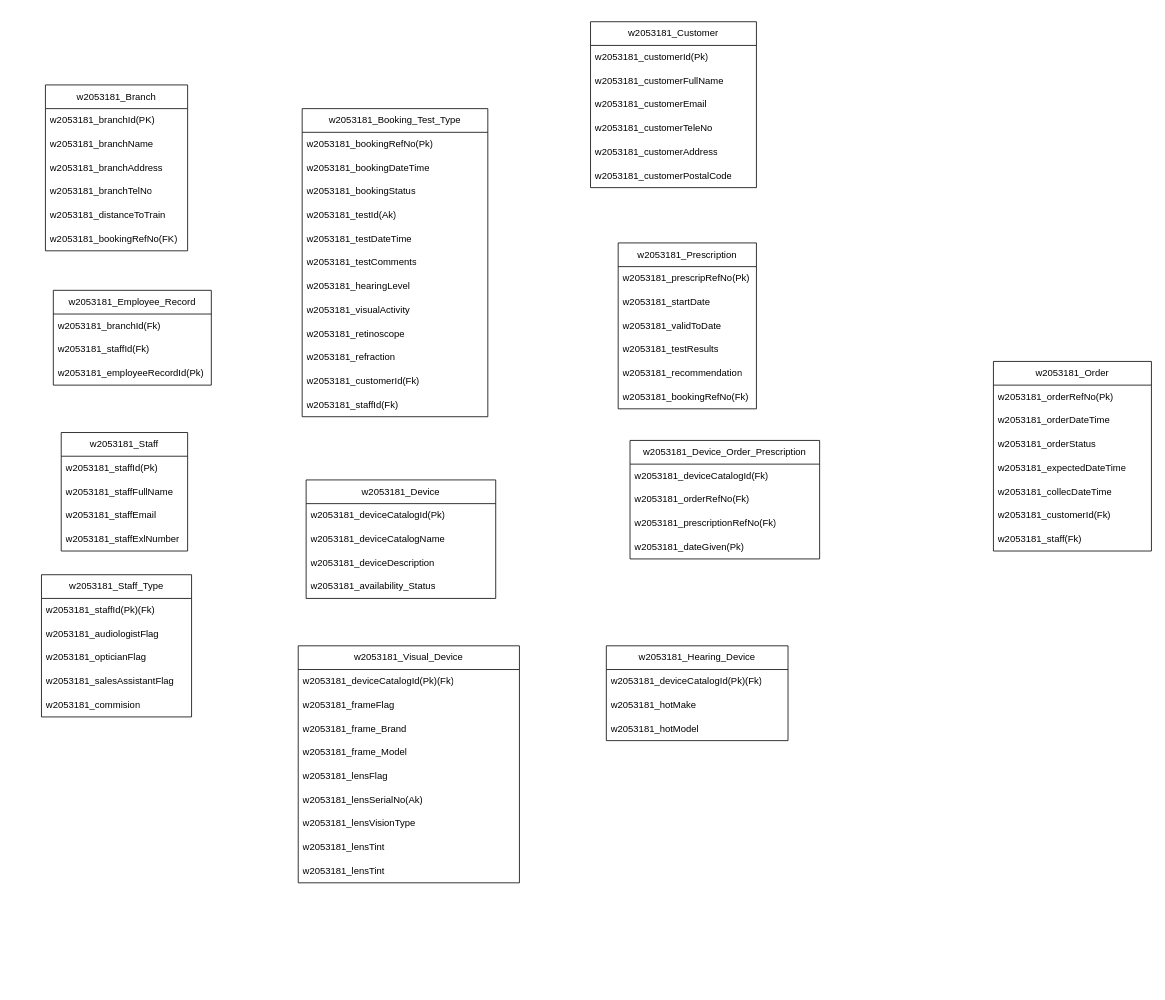
Earlier version of the draw.io diagram cw partb.drawio (ShenalSen/24_5COSC020_CWK). Source tidied: cells renumbered, new cells numbered last; positions are measured from the earlier drawing's top-left corner, leaving out a move shared by most shapes. Both pictures are drawn from the tidied source at 79%, with x=0, y=0 at pixel (41, 21).
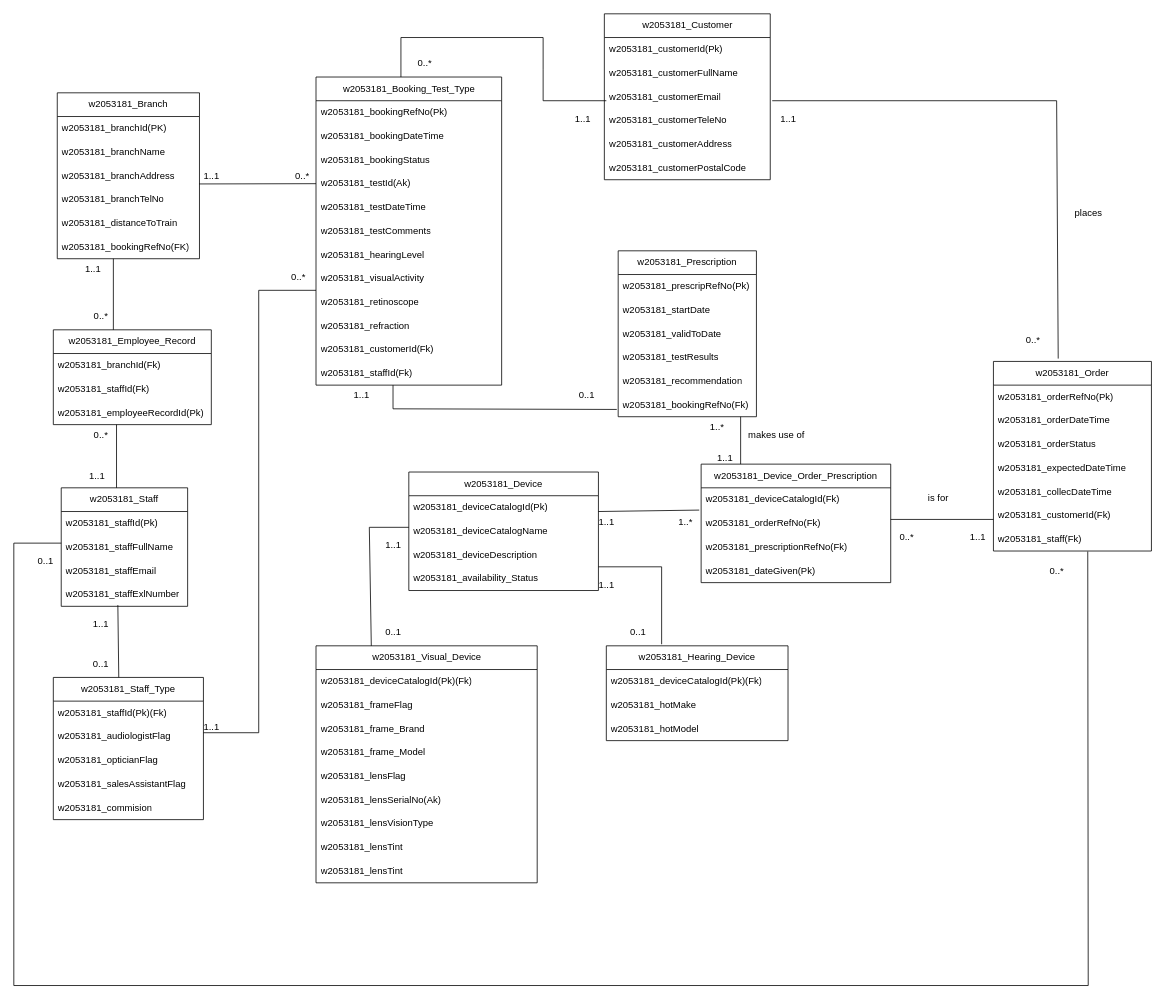
The same page after the edit.

The change refers to these unchanged cells:
```xml
<mxCell id="5" value="w2053181_branchAddress" style="text;strokeColor=none;fillColor=none;align=left;verticalAlign=middle;spacingLeft=4;spacingRight=4;overflow=hidden;points=[[0,0.5],[1,0.5]];portConstraint=eastwest;whiteSpace=wrap;html=1;" parent="2" vertex="1">
  <mxGeometry y="90" width="180" height="30" as="geometry" />
</mxCell>
<mxCell id="23" value="w2053181_staffExlNumber" style="text;strokeColor=none;fillColor=none;align=left;verticalAlign=middle;spacingLeft=4;spacingRight=4;overflow=hidden;points=[[0,0.5],[1,0.5]];portConstraint=eastwest;whiteSpace=wrap;html=1;" parent="19" vertex="1">
  <mxGeometry y="120" width="160" height="30" as="geometry" />
</mxCell>
<mxCell id="28" value="w2053181_testId(Ak)" style="text;strokeColor=none;fillColor=none;align=left;verticalAlign=middle;spacingLeft=4;spacingRight=4;overflow=hidden;points=[[0,0.5],[1,0.5]];portConstraint=eastwest;whiteSpace=wrap;html=1;" parent="24" vertex="1">
  <mxGeometry y="120" width="235" height="30" as="geometry" />
</mxCell>
<mxCell id="59" value="w2053181_customerEmail" style="text;strokeColor=none;fillColor=none;align=left;verticalAlign=middle;spacingLeft=4;spacingRight=4;overflow=hidden;points=[[0,0.5],[1,0.5]];portConstraint=eastwest;whiteSpace=wrap;html=1;" parent="56" vertex="1">
  <mxGeometry y="90" width="210" height="30" as="geometry" />
</mxCell>
<mxCell id="69" value="w2053181_bookingRefNo(Fk)" style="text;strokeColor=none;fillColor=none;align=left;verticalAlign=middle;spacingLeft=4;spacingRight=4;overflow=hidden;points=[[0,0.5],[1,0.5]];portConstraint=eastwest;whiteSpace=wrap;html=1;" parent="63" vertex="1">
  <mxGeometry y="180" width="175" height="30" as="geometry" />
</mxCell>
<mxCell id="72" value="w2053181_orderRefNo(Fk)" style="text;strokeColor=none;fillColor=none;align=left;verticalAlign=middle;spacingLeft=4;spacingRight=4;overflow=hidden;points=[[0,0.5],[1,0.5]];portConstraint=eastwest;whiteSpace=wrap;html=1;" parent="70" vertex="1">
  <mxGeometry y="60" width="240" height="30" as="geometry" />
</mxCell>
<mxCell id="75" value="w2053181_Order" style="swimlane;fontStyle=0;horizontal=1;startSize=30;whiteSpace=wrap;html=1;" parent="1" vertex="1">
  <mxGeometry x="1205" y="430" width="200" height="240" as="geometry" />
</mxCell>
<mxCell id="82" value="w2053181_staff(Fk)" style="text;strokeColor=none;fillColor=none;align=left;verticalAlign=middle;spacingLeft=4;spacingRight=4;overflow=hidden;points=[[0,0.5],[1,0.5]];portConstraint=eastwest;whiteSpace=wrap;html=1;" parent="75" vertex="1">
  <mxGeometry y="210" width="200" height="30" as="geometry" />
</mxCell>
```

Change to the diagram source:
```diff
@@
     <mxCell id="2" value="w2053181_Branch" style="swimlane;fontStyle=0;horizontal=1;startSize=30;whiteSpace=wrap;html=1;" parent="1" vertex="1">
-      <mxGeometry x="5" y="80" width="180" height="210" as="geometry" />
+      <mxGeometry x="20" y="90" width="180" height="210" as="geometry" />
     </mxCell>
@@
     <mxCell id="9" value="w2053181_Employee_Record" style="swimlane;fontStyle=0;horizontal=1;startSize=30;whiteSpace=wrap;html=1;" parent="1" vertex="1">
-      <mxGeometry x="15" y="340" width="200" height="120" as="geometry" />
+      <mxGeometry x="15" y="390" width="200" height="120" as="geometry" />
     </mxCell>
@@
     <mxCell id="13" value="w2053181_Staff_Type" style="swimlane;fontStyle=0;horizontal=1;startSize=30;whiteSpace=wrap;html=1;" parent="1" vertex="1">
-      <mxGeometry y="700" width="190" height="180" as="geometry" />
+      <mxGeometry x="15" y="830" width="190" height="180" as="geometry" />
     </mxCell>
@@
     <mxCell id="19" value="w2053181_Staff" style="swimlane;fontStyle=0;horizontal=1;startSize=30;whiteSpace=wrap;html=1;" parent="1" vertex="1">
-      <mxGeometry x="25" y="520" width="160" height="150" as="geometry" />
+      <mxGeometry x="25" y="590" width="160" height="150" as="geometry" />
     </mxCell>
@@
     <mxCell id="24" value="w2053181_Booking_Test_Type" style="swimlane;fontStyle=0;horizontal=1;startSize=30;whiteSpace=wrap;html=1;" parent="1" vertex="1">
-      <mxGeometry x="330" y="110" width="235" height="390" as="geometry" />
+      <mxGeometry x="347.5" y="70" width="235" height="390" as="geometry" />
     </mxCell>
@@
+    <mxCell id="83" style="endArrow=none;html=1;rounded=0;entryX=-0.01;entryY=0.693;entryDx=0;entryDy=0;entryPerimeter=0;" parent="24" edge="1" target="69">
+      <mxGeometry relative="1" as="geometry">
+        <mxPoint x="97.5" y="420" as="sourcePoint" />
+      </mxGeometry>
+    </mxCell>
@@
     <mxCell id="37" value="w2053181_Visual_Device" style="swimlane;fontStyle=0;horizontal=1;startSize=30;whiteSpace=wrap;html=1;" parent="1" vertex="1">
-      <mxGeometry x="325" y="790" width="280" height="300" as="geometry" />
+      <mxGeometry x="347.5" y="790" width="280" height="300" as="geometry" />
     </mxCell>
@@
     <mxCell id="47" value="w2053181_Device" style="swimlane;fontStyle=0;horizontal=1;startSize=30;whiteSpace=wrap;html=1;" parent="1" vertex="1">
-      <mxGeometry x="335" y="580" width="240" height="150" as="geometry" />
+      <mxGeometry x="465" y="570" width="240" height="150" as="geometry" />
     </mxCell>
@@
     <mxCell id="56" value="w2053181_Customer" style="swimlane;fontStyle=0;horizontal=1;startSize=30;whiteSpace=wrap;html=1;" parent="1" vertex="1">
-      <mxGeometry x="695" width="210" height="210" as="geometry" />
+      <mxGeometry x="712.5" y="-10" width="210" height="210" as="geometry" />
     </mxCell>
@@
     <mxCell id="63" value="w2053181_Prescription" style="swimlane;fontStyle=0;horizontal=1;startSize=30;whiteSpace=wrap;html=1;" parent="1" vertex="1">
-      <mxGeometry x="730" y="280" width="175" height="210" as="geometry" />
+      <mxGeometry x="730" y="290" width="175" height="210" as="geometry" />
     </mxCell>
@@
     <mxCell id="70" value="w2053181_Device_Order_Prescription" style="swimlane;fontStyle=0;horizontal=1;startSize=30;whiteSpace=wrap;html=1;" parent="1" vertex="1">
-      <mxGeometry x="745" y="530" width="240" height="150" as="geometry" />
+      <mxGeometry x="835" y="560" width="240" height="150" as="geometry" />
     </mxCell>
@@
+    <mxCell id="84" style="endArrow=none;html=1;rounded=0;" parent="1" edge="1">
+      <mxGeometry relative="1" as="geometry">
+        <mxPoint x="91" y="390" as="sourcePoint" />
+        <mxPoint x="91" y="300" as="targetPoint" />
+      </mxGeometry>
+    </mxCell>
+    <mxCell id="85" style="endArrow=none;html=1;rounded=0;" parent="1" edge="1">
+      <mxGeometry relative="1" as="geometry">
+        <mxPoint x="95" y="590" as="sourcePoint" />
+        <mxPoint x="95" y="510" as="targetPoint" />
+      </mxGeometry>
+    </mxCell>
+    <mxCell id="86" style="endArrow=none;html=1;rounded=0;entryX=0.448;entryY=0.949;entryDx=0;entryDy=0;entryPerimeter=0;exitX=0.436;exitY=0;exitDx=0;exitDy=0;exitPerimeter=0;" parent="1" edge="1" source="13" target="23">
+      <mxGeometry relative="1" as="geometry" />
+    </mxCell>
+    <mxCell id="87" style="endArrow=none;html=1;rounded=0;entryX=0;entryY=0.5;entryDx=0;entryDy=0;exitX=0.998;exitY=0.845;exitDx=0;exitDy=0;exitPerimeter=0;" parent="1" edge="1" source="5" target="28">
+      <mxGeometry relative="1" as="geometry" />
+    </mxCell>
+    <mxCell id="88" style="endArrow=none;html=1;rounded=0;entryX=0.032;entryY=0;entryDx=0;entryDy=0;entryPerimeter=0;" parent="1" edge="1">
+      <mxGeometry relative="1" as="geometry">
+        <mxPoint x="275" y="340" as="sourcePoint" />
+        <mxPoint x="347.5" y="340" as="targetPoint" />
+      </mxGeometry>
+    </mxCell>
+    <mxCell id="89" style="endArrow=none;html=1;rounded=0;" parent="1" edge="1">
+      <mxGeometry relative="1" as="geometry">
+        <mxPoint x="275" y="900" as="sourcePoint" />
+        <mxPoint x="275" y="340" as="targetPoint" />
+      </mxGeometry>
+    </mxCell>
+    <mxCell id="90" style="endArrow=none;html=1;rounded=0;" parent="1" edge="1">
+      <mxGeometry relative="1" as="geometry">
+        <mxPoint x="205" y="900" as="sourcePoint" />
+        <mxPoint x="275" y="900" as="targetPoint" />
+      </mxGeometry>
+    </mxCell>
+    <mxCell id="91" style="endArrow=none;html=1;rounded=0;" parent="1" edge="1">
+      <mxGeometry relative="1" as="geometry">
+        <mxPoint x="445" y="490" as="sourcePoint" />
+        <mxPoint x="445" y="460" as="targetPoint" />
+      </mxGeometry>
+    </mxCell>
+    <mxCell id="92" style="endArrow=none;html=1;rounded=0;" parent="1" edge="1">
+      <mxGeometry relative="1" as="geometry">
+        <mxPoint x="415" y="640" as="sourcePoint" />
+        <mxPoint x="465" y="640" as="targetPoint" />
+      </mxGeometry>
+    </mxCell>
+    <mxCell id="93" style="endArrow=none;html=1;rounded=0;exitX=0.25;exitY=0;exitDx=0;exitDy=0;" parent="1" edge="1" source="37">
+      <mxGeometry relative="1" as="geometry">
+        <mxPoint x="415" y="640" as="targetPoint" />
+      </mxGeometry>
+    </mxCell>
+    <mxCell id="94" style="endArrow=none;html=1;rounded=0;entryX=-0.01;entryY=-0.061;entryDx=0;entryDy=0;entryPerimeter=0;" parent="1" edge="1" target="72">
+      <mxGeometry relative="1" as="geometry">
+        <mxPoint x="705" y="620" as="sourcePoint" />
+      </mxGeometry>
+    </mxCell>
+    <mxCell id="95" style="endArrow=none;html=1;rounded=0;" parent="1" edge="1">
+      <mxGeometry relative="1" as="geometry">
+        <mxPoint x="705" y="690" as="sourcePoint" />
+        <mxPoint x="785" y="690" as="targetPoint" />
+      </mxGeometry>
+    </mxCell>
+    <mxCell id="96" style="endArrow=none;html=1;rounded=0;" parent="1" edge="1">
+      <mxGeometry relative="1" as="geometry">
+        <mxPoint x="785" y="788" as="sourcePoint" />
+        <mxPoint x="785" y="690" as="targetPoint" />
+      </mxGeometry>
+    </mxCell>
+    <mxCell id="97" style="endArrow=none;html=1;rounded=0;" parent="1" edge="1">
+      <mxGeometry relative="1" as="geometry">
+        <mxPoint x="885" y="560" as="sourcePoint" />
+        <mxPoint x="885" y="500" as="targetPoint" />
+      </mxGeometry>
+    </mxCell>
+    <mxCell id="98" style="endArrow=none;html=1;rounded=0;" parent="1" edge="1">
+      <mxGeometry relative="1" as="geometry">
+        <mxPoint x="1075" y="630" as="sourcePoint" />
+        <mxPoint x="1205" y="630" as="targetPoint" />
+      </mxGeometry>
+    </mxCell>
+    <mxCell id="99" style="endArrow=none;html=1;rounded=0;" parent="1" edge="1">
+      <mxGeometry relative="1" as="geometry">
+        <mxPoint x="455" y="70" as="sourcePoint" />
+        <mxPoint x="455" y="20" as="targetPoint" />
+      </mxGeometry>
+    </mxCell>
+    <mxCell id="100" style="endArrow=none;html=1;rounded=0;" parent="1" edge="1">
+      <mxGeometry relative="1" as="geometry">
+        <mxPoint x="455" y="20" as="sourcePoint" />
+        <mxPoint x="635" y="20" as="targetPoint" />
+      </mxGeometry>
+    </mxCell>
+    <mxCell id="101" style="endArrow=none;html=1;rounded=0;" parent="1" edge="1">
+      <mxGeometry relative="1" as="geometry">
+        <mxPoint x="635" y="100" as="sourcePoint" />
+        <mxPoint x="635" y="20" as="targetPoint" />
+        <Array as="points">
+          <mxPoint x="635" y="60" />
+        </Array>
+      </mxGeometry>
+    </mxCell>
+    <mxCell id="102" style="endArrow=none;html=1;rounded=0;entryX=0.012;entryY=0.667;entryDx=0;entryDy=0;entryPerimeter=0;" parent="1" edge="1" target="59">
+      <mxGeometry relative="1" as="geometry">
+        <mxPoint x="635" y="100" as="sourcePoint" />
+      </mxGeometry>
+    </mxCell>
+    <mxCell id="103" style="endArrow=none;html=1;rounded=0;" parent="1" edge="1">
+      <mxGeometry relative="1" as="geometry">
+        <mxPoint x="925" y="100" as="sourcePoint" />
+        <mxPoint x="1285" y="100" as="targetPoint" />
+      </mxGeometry>
+    </mxCell>
+    <mxCell id="104" style="endArrow=none;html=1;rounded=0;exitX=0.41;exitY=-0.015;exitDx=0;exitDy=0;exitPerimeter=0;" parent="1" edge="1" source="75">
+      <mxGeometry relative="1" as="geometry">
+        <mxPoint x="1285" y="100" as="targetPoint" />
+      </mxGeometry>
+    </mxCell>
+    <mxCell id="105" style="endArrow=none;html=1;rounded=0;" parent="1" edge="1">
+      <mxGeometry relative="1" as="geometry">
+        <mxPoint x="-35" y="660" as="sourcePoint" />
+        <mxPoint x="25" y="660" as="targetPoint" />
+      </mxGeometry>
+    </mxCell>
+    <mxCell id="106" style="endArrow=none;html=1;rounded=0;" parent="1" edge="1">
+      <mxGeometry relative="1" as="geometry">
+        <mxPoint x="-35" y="1220" as="sourcePoint" />
+        <mxPoint x="-35" y="660" as="targetPoint" />
+      </mxGeometry>
+    </mxCell>
+    <mxCell id="107" style="endArrow=none;html=1;rounded=0;" parent="1" edge="1">
+      <mxGeometry relative="1" as="geometry">
+        <mxPoint x="-35" y="1220" as="sourcePoint" />
+        <mxPoint x="1325" y="1220" as="targetPoint" />
+      </mxGeometry>
+    </mxCell>
+    <mxCell id="108" style="endArrow=none;html=1;rounded=0;entryX=0.597;entryY=1.02;entryDx=0;entryDy=0;entryPerimeter=0;" parent="1" edge="1" target="82">
+      <mxGeometry relative="1" as="geometry">
+        <mxPoint x="1325" y="1220" as="sourcePoint" />
+      </mxGeometry>
+    </mxCell>
+    <mxCell id="109" value="1..1" style="text;html=1;align=center;verticalAlign=middle;strokeColor=none;fillColor=none;" parent="1" vertex="1">
+      <mxGeometry x="925" y="108" width="40" height="30" as="geometry" />
+    </mxCell>
+    <mxCell id="110" value="0..*" style="text;html=1;align=center;verticalAlign=middle;strokeColor=none;fillColor=none;" parent="1" vertex="1">
+      <mxGeometry x="1235" y="388" width="40" height="30" as="geometry" />
+    </mxCell>
+    <mxCell id="111" value="places" style="text;html=1;align=center;verticalAlign=middle;strokeColor=none;fillColor=none;" parent="1" vertex="1">
+      <mxGeometry x="1295" y="228" width="60" height="30" as="geometry" />
+    </mxCell>
+    <mxCell id="112" value="0..*" style="text;html=1;align=center;verticalAlign=middle;strokeColor=none;fillColor=none;" parent="1" vertex="1">
+      <mxGeometry x="1265" y="680" width="40" height="30" as="geometry" />
+    </mxCell>
+    <mxCell id="113" value="0..*" style="text;html=1;align=center;verticalAlign=middle;strokeColor=none;fillColor=none;" parent="1" vertex="1">
+      <mxGeometry x="1075" y="638" width="40" height="30" as="geometry" />
+    </mxCell>
+    <mxCell id="114" value="1..1" style="text;html=1;align=center;verticalAlign=middle;strokeColor=none;fillColor=none;" parent="1" vertex="1">
+      <mxGeometry x="1165" y="638" width="40" height="30" as="geometry" />
+    </mxCell>
+    <mxCell id="115" value="1..1" style="text;html=1;align=center;verticalAlign=middle;strokeColor=none;fillColor=none;" parent="1" vertex="1">
+      <mxGeometry x="695" y="618" width="40" height="30" as="geometry" />
+    </mxCell>
+    <mxCell id="116" value="1..*" style="text;html=1;align=center;verticalAlign=middle;strokeColor=none;fillColor=none;" parent="1" vertex="1">
+      <mxGeometry x="795" y="618" width="40" height="30" as="geometry" />
+    </mxCell>
+    <mxCell id="117" value="1..1" style="text;html=1;align=center;verticalAlign=middle;strokeColor=none;fillColor=none;" parent="1" vertex="1">
+      <mxGeometry x="695" y="698" width="40" height="30" as="geometry" />
+    </mxCell>
+    <mxCell id="118" value="0..1" style="text;html=1;align=center;verticalAlign=middle;strokeColor=none;fillColor=none;" parent="1" vertex="1">
+      <mxGeometry x="735" y="758" width="40" height="30" as="geometry" />
+    </mxCell>
+    <mxCell id="119" value="1..1" style="text;html=1;align=center;verticalAlign=middle;strokeColor=none;fillColor=none;" parent="1" vertex="1">
+      <mxGeometry x="425" y="648" width="40" height="30" as="geometry" />
+    </mxCell>
+    <mxCell id="120" value="0..1" style="text;html=1;align=center;verticalAlign=middle;strokeColor=none;fillColor=none;" parent="1" vertex="1">
+      <mxGeometry x="425" y="758" width="40" height="30" as="geometry" />
+    </mxCell>
+    <mxCell id="121" value="1..1" style="text;html=1;align=center;verticalAlign=middle;strokeColor=none;fillColor=none;" parent="1" vertex="1">
+      <mxGeometry x="385" y="458" width="40" height="30" as="geometry" />
+    </mxCell>
+    <mxCell id="122" value="0..1" style="text;html=1;align=center;verticalAlign=middle;strokeColor=none;fillColor=none;" parent="1" vertex="1">
+      <mxGeometry x="670" y="458" width="40" height="30" as="geometry" />
+    </mxCell>
+    <mxCell id="123" value="0..*" style="text;html=1;align=center;verticalAlign=middle;strokeColor=none;fillColor=none;" parent="1" vertex="1">
+      <mxGeometry x="465" y="38" width="40" height="30" as="geometry" />
+    </mxCell>
+    <mxCell id="124" value="1..1" style="text;html=1;align=center;verticalAlign=middle;strokeColor=none;fillColor=none;" parent="1" vertex="1">
+      <mxGeometry x="665" y="108" width="40" height="30" as="geometry" />
+    </mxCell>
+    <mxCell id="125" value="1..*" style="text;html=1;align=center;verticalAlign=middle;strokeColor=none;fillColor=none;" parent="1" vertex="1">
+      <mxGeometry x="835" y="498" width="40" height="30" as="geometry" />
+    </mxCell>
+    <mxCell id="126" value="1..1" style="text;html=1;align=center;verticalAlign=middle;strokeColor=none;fillColor=none;" parent="1" vertex="1">
+      <mxGeometry x="845" y="538" width="40" height="30" as="geometry" />
+    </mxCell>
+    <mxCell id="127" value="1..1" style="text;html=1;align=center;verticalAlign=middle;strokeColor=none;fillColor=none;" parent="1" vertex="1">
+      <mxGeometry x="55" y="748" width="40" height="30" as="geometry" />
+    </mxCell>
+    <mxCell id="128" value="0..1" style="text;html=1;align=center;verticalAlign=middle;strokeColor=none;fillColor=none;" parent="1" vertex="1">
+      <mxGeometry x="55" y="798" width="40" height="30" as="geometry" />
+    </mxCell>
+    <mxCell id="129" value="0..1" style="text;html=1;align=center;verticalAlign=middle;strokeColor=none;fillColor=none;" parent="1" vertex="1">
+      <mxGeometry x="-15" y="668" width="40" height="30" as="geometry" />
+    </mxCell>
+    <mxCell id="130" value="0..*" style="text;html=1;align=center;verticalAlign=middle;strokeColor=none;fillColor=none;" parent="1" vertex="1">
+      <mxGeometry x="55" y="508" width="40" height="30" as="geometry" />
+    </mxCell>
+    <mxCell id="131" value="1..1" style="text;html=1;align=center;verticalAlign=middle;strokeColor=none;fillColor=none;" parent="1" vertex="1">
+      <mxGeometry x="50" y="560" width="40" height="30" as="geometry" />
+    </mxCell>
+    <mxCell id="132" value="1..1" style="text;html=1;align=center;verticalAlign=middle;strokeColor=none;fillColor=none;" parent="1" vertex="1">
+      <mxGeometry x="195" y="878" width="40" height="30" as="geometry" />
+    </mxCell>
+    <mxCell id="133" value="0..*" style="text;html=1;align=center;verticalAlign=middle;strokeColor=none;fillColor=none;" parent="1" vertex="1">
+      <mxGeometry x="305" y="308" width="40" height="30" as="geometry" />
+    </mxCell>
+    <mxCell id="134" value="1..1" style="text;html=1;align=center;verticalAlign=middle;strokeColor=none;fillColor=none;" parent="1" vertex="1">
+      <mxGeometry x="195" y="180" width="40" height="30" as="geometry" />
+    </mxCell>
+    <mxCell id="135" value="0..*" style="text;html=1;align=center;verticalAlign=middle;strokeColor=none;fillColor=none;" parent="1" vertex="1">
+      <mxGeometry x="310" y="180" width="40" height="30" as="geometry" />
+    </mxCell>
+    <mxCell id="136" value="1..1" style="text;html=1;align=center;verticalAlign=middle;strokeColor=none;fillColor=none;" parent="1" vertex="1">
+      <mxGeometry x="45" y="298" width="40" height="30" as="geometry" />
+    </mxCell>
+    <mxCell id="137" value="0..*" style="text;html=1;align=center;verticalAlign=middle;strokeColor=none;fillColor=none;" parent="1" vertex="1">
+      <mxGeometry x="55" y="358" width="40" height="30" as="geometry" />
+    </mxCell>
+    <mxCell id="138" value="is for" style="text;html=1;align=center;verticalAlign=middle;strokeColor=none;fillColor=none;" parent="1" vertex="1">
+      <mxGeometry x="1110" y="588" width="50" height="30" as="geometry" />
+    </mxCell>
+    <mxCell id="139" value="makes use of" style="text;html=1;align=center;verticalAlign=middle;strokeColor=none;fillColor=none;" parent="1" vertex="1">
+      <mxGeometry x="885" y="508" width="90" height="30" as="geometry" />
+    </mxCell>
```
